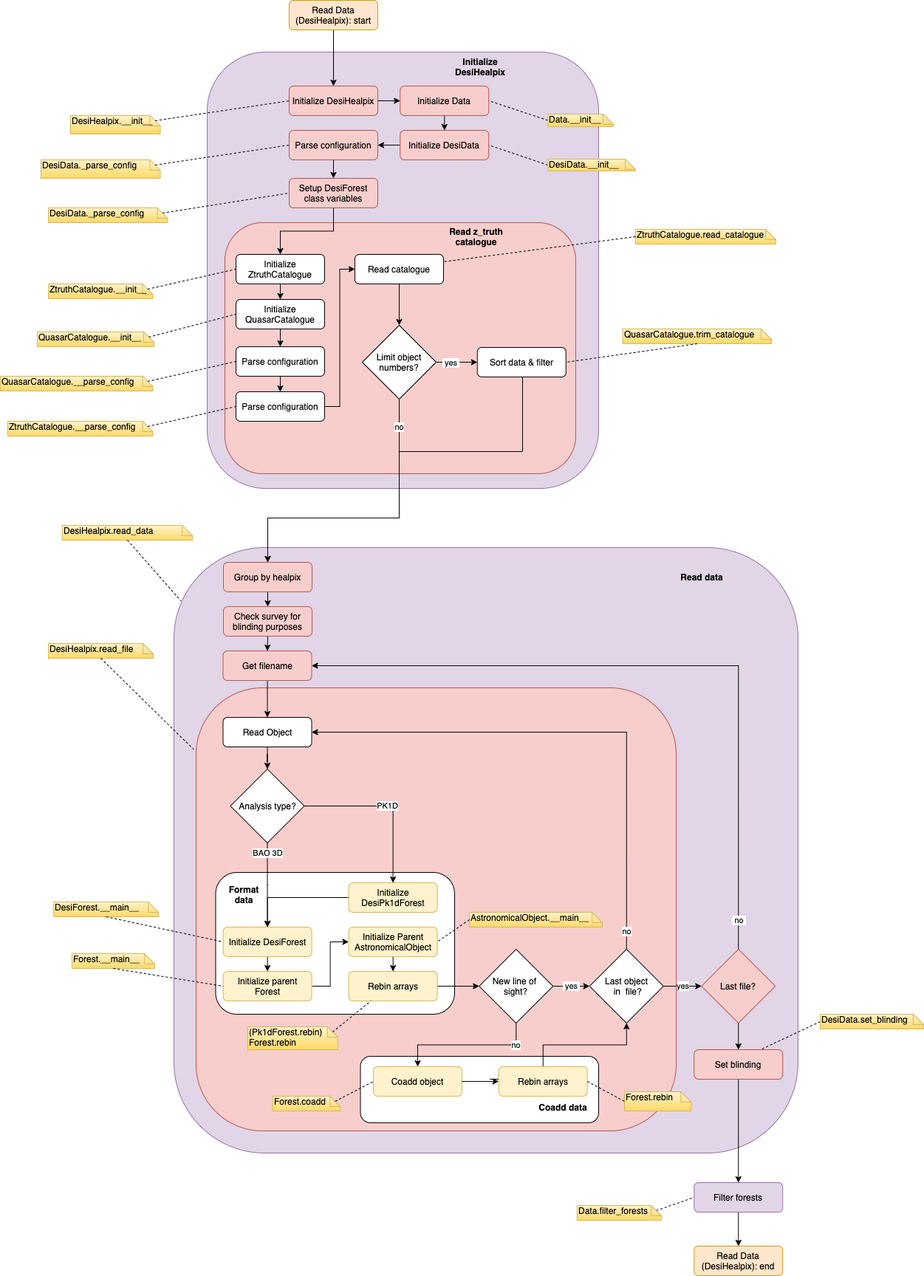
This is py/picca/delta_extraction/docs/workflow/workflow-Read Data (DesiHealpix).png from igmhub/picca, a draw.io export, as it was before one commit. Source tidied: cells renumbered, new cells last; positions are measured from the earlier drawing's top-left corner, leaving out a move shared by most shapes.
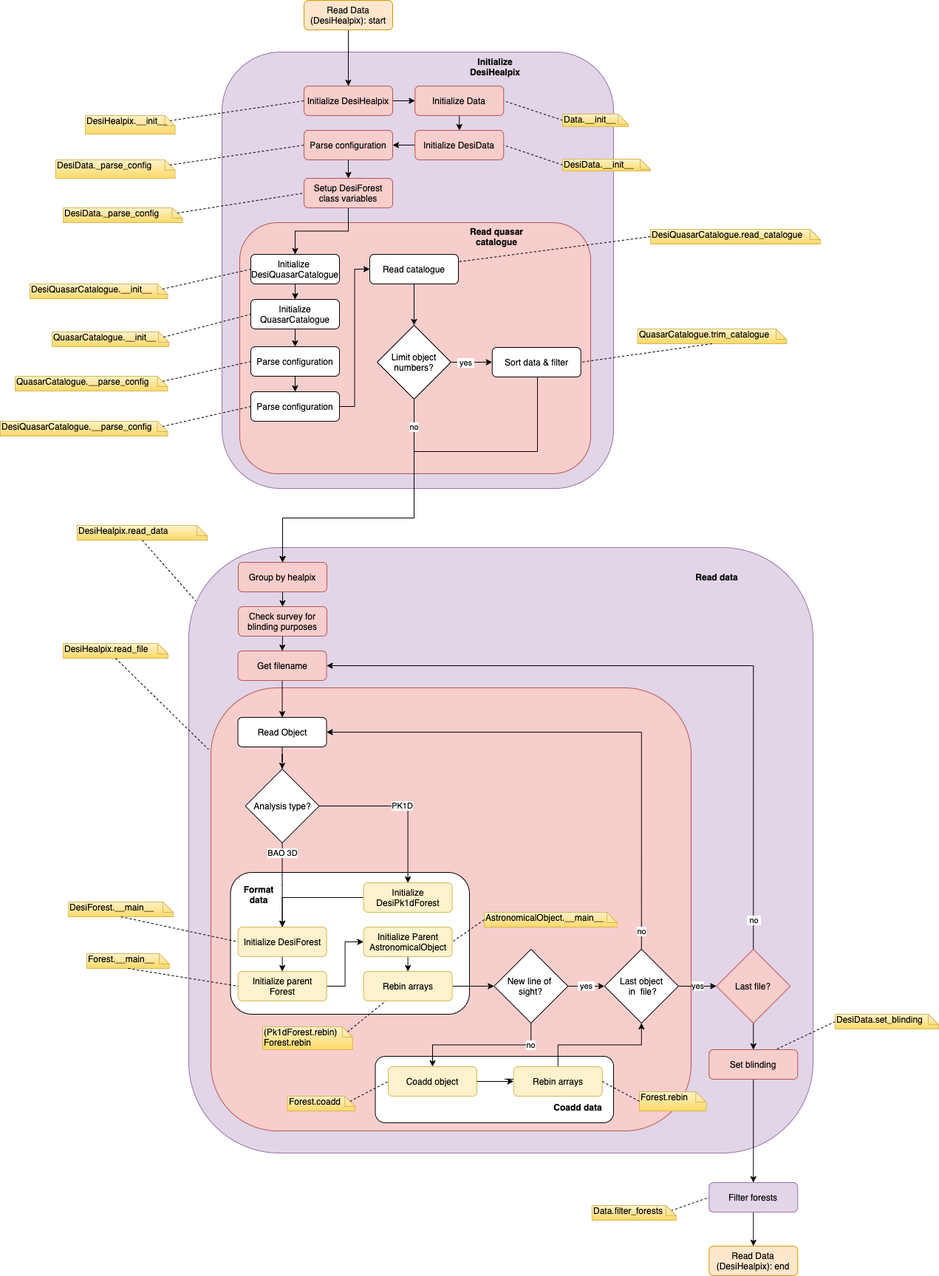
The same diagram one commit later.

Commit message:
ZtruthCatalogue renamed to DesiQuasarCatalogue

What changed in the source:
```diff
@@ -44,10 +44,10 @@
     <mxCell id="15" style="endArrow=none;dashed=1;endFill=0;endSize=12;html=1;exitX=0;exitY=0;exitDx=154.5;exitDy=7;exitPerimeter=0;entryX=0;entryY=0.5;entryDx=0;entryDy=0;" parent="1" edge="1" source="13" target="11">
       <mxGeometry relative="1" as="geometry" />
     </mxCell>
-    <mxCell id="16" value="ZtruthCatalogue.__init__" style="shape=note;whiteSpace=wrap;html=1;size=14;verticalAlign=top;align=left;spacingTop=-6;rounded=0;shadow=0;glass=0;comic=0;strokeColor=#d6b656;fillColor=#fff2cc;gradientColor=#ffd966;" parent="1" vertex="1">
-      <mxGeometry x="65" y="384" width="141.5" height="20" as="geometry" />
+    <mxCell id="16" value="DesiQuasarCatalogue.__init__" style="shape=note;whiteSpace=wrap;html=1;size=14;verticalAlign=top;align=left;spacingTop=-6;rounded=0;shadow=0;glass=0;comic=0;strokeColor=#d6b656;fillColor=#fff2cc;gradientColor=#ffd966;" parent="1" vertex="1">
+      <mxGeometry x="20" y="384" width="186.5" height="20" as="geometry" />
     </mxCell>
-    <mxCell id="17" style="endArrow=none;dashed=1;endFill=0;endSize=12;html=1;exitX=0;exitY=0;exitDx=134.5;exitDy=7;exitPerimeter=0;entryX=0;entryY=0.5;entryDx=0;entryDy=0;" parent="1" edge="1" source="16" target="20">
+    <mxCell id="17" style="endArrow=none;dashed=1;endFill=0;endSize=12;html=1;entryX=0;entryY=0.5;entryDx=0;entryDy=0;exitX=0;exitY=0;exitDx=179.5;exitDy=7;exitPerimeter=0;" parent="1" edge="1" source="16" target="20">
       <mxGeometry relative="1" as="geometry" />
     </mxCell>
     <mxCell id="18" style="edgeStyle=orthogonalEdgeStyle;rounded=0;jettySize=auto;html=1;exitX=0.5;exitY=1;exitDx=0;exitDy=0;entryX=0.5;entryY=0;entryDx=0;entryDy=0;startArrow=none;startFill=0;endArrow=classic;endFill=1;" parent="1" edge="1" source="89" target="23">
@@ -56,7 +56,7 @@
     <mxCell id="19" style="edgeStyle=orthogonalEdgeStyle;rounded=0;jettySize=auto;html=1;exitX=0.5;exitY=1;exitDx=0;exitDy=0;entryX=0.5;entryY=0;entryDx=0;entryDy=0;endArrow=classic;endFill=1;" parent="1" edge="1" source="20" target="89">
       <mxGeometry relative="1" as="geometry" />
     </mxCell>
-    <mxCell id="20" value="Initialize ZtruthCatalogue" style="rounded=1;whiteSpace=wrap;html=1;" parent="1" vertex="1">
+    <mxCell id="20" value="Initialize&amp;nbsp;&lt;br&gt;&lt;span style=&quot;text-align: left&quot;&gt;DesiQuasarCatalogue&lt;/span&gt;" style="rounded=1;whiteSpace=wrap;html=1;" parent="1" vertex="1">
       <mxGeometry x="319" y="344" width="120" height="40" as="geometry" />
     </mxCell>
     <mxCell id="21" style="edgeStyle=orthogonalEdgeStyle;rounded=0;jettySize=auto;html=1;exitX=1;exitY=0.5;exitDx=0;exitDy=0;entryX=0;entryY=0.5;entryDx=0;entryDy=0;startArrow=none;startFill=0;endArrow=classic;endFill=1;" parent="1" edge="1" source="90" target="25">
@@ -105,8 +105,8 @@
     <mxCell id="31" value="Sort data &amp;amp; filter" style="rounded=1;whiteSpace=wrap;html=1;" parent="1" vertex="1">
       <mxGeometry x="645.8" y="470" width="120" height="40" as="geometry" />
     </mxCell>
-    <mxCell id="32" value="&lt;b&gt;Read z_truth catalogue&lt;/b&gt;" style="text;html=1;align=center;verticalAlign=middle;whiteSpace=wrap;rounded=0;" parent="1" vertex="1">
-      <mxGeometry x="602.5" y="310" width="82.5" height="20" as="geometry" />
+    <mxCell id="32" value="&lt;b&gt;Read quasar catalogue&lt;/b&gt;" style="text;html=1;align=center;verticalAlign=middle;whiteSpace=wrap;rounded=0;" parent="1" vertex="1">
+      <mxGeometry x="602.5" y="310" width="97.5" height="20" as="geometry" />
     </mxCell>
     <mxCell id="33" value="QuasarCatalogue.__parse_config" style="shape=note;whiteSpace=wrap;html=1;size=14;verticalAlign=top;align=left;spacingTop=-6;rounded=0;shadow=0;glass=0;comic=0;strokeColor=#d6b656;fillColor=#fff2cc;gradientColor=#ffd966;" parent="1" vertex="1">
       <mxGeometry y="509" width="206.5" height="20" as="geometry" />
@@ -114,8 +114,8 @@
     <mxCell id="34" style="endArrow=none;dashed=1;endFill=0;endSize=12;html=1;entryX=0;entryY=0.5;entryDx=0;entryDy=0;exitX=0;exitY=0;exitDx=199.5;exitDy=7;exitPerimeter=0;" parent="1" edge="1" source="33" target="23">
       <mxGeometry relative="1" as="geometry" />
     </mxCell>
-    <mxCell id="35" value="ZtruthCatalogue.read_catalogue" style="shape=note;whiteSpace=wrap;html=1;size=14;verticalAlign=top;align=left;spacingTop=-6;rounded=0;shadow=0;glass=0;comic=0;strokeColor=#d6b656;fillColor=#fff2cc;gradientColor=#ffd966;" parent="1" vertex="1">
-      <mxGeometry x="860" y="310" width="190" height="20" as="geometry" />
+    <mxCell id="35" value="DesiQuasarCatalogue.read_catalogue" style="shape=note;whiteSpace=wrap;html=1;size=14;verticalAlign=top;align=left;spacingTop=-6;rounded=0;shadow=0;glass=0;comic=0;strokeColor=#d6b656;fillColor=#fff2cc;gradientColor=#ffd966;" parent="1" vertex="1">
+      <mxGeometry x="860" y="310" width="230" height="20" as="geometry" />
     </mxCell>
     <mxCell id="36" style="endArrow=none;dashed=1;endFill=0;endSize=12;html=1;exitX=0;exitY=0.5;exitDx=0;exitDy=0;exitPerimeter=0;entryX=1;entryY=0.25;entryDx=0;entryDy=0;" parent="1" edge="1" source="35" target="25">
       <mxGeometry relative="1" as="geometry" />
@@ -291,10 +291,10 @@
     <mxCell id="90" value="Parse configuration" style="rounded=1;whiteSpace=wrap;html=1;" parent="1" vertex="1">
       <mxGeometry x="319" y="530" width="120" height="40" as="geometry" />
     </mxCell>
-    <mxCell id="91" value="ZtruthCatalogue.__parse_config" style="shape=note;whiteSpace=wrap;html=1;size=14;verticalAlign=top;align=left;spacingTop=-6;rounded=0;shadow=0;glass=0;comic=0;strokeColor=#d6b656;fillColor=#fff2cc;gradientColor=#ffd966;" parent="1" vertex="1">
-      <mxGeometry x="10" y="570" width="196.5" height="20" as="geometry" />
+    <mxCell id="91" value="DesiQuasarCatalogue.__parse_config" style="shape=note;whiteSpace=wrap;html=1;size=14;verticalAlign=top;align=left;spacingTop=-6;rounded=0;shadow=0;glass=0;comic=0;strokeColor=#d6b656;fillColor=#fff2cc;gradientColor=#ffd966;" parent="1" vertex="1">
+      <mxGeometry x="-20" y="570" width="226.5" height="20" as="geometry" />
     </mxCell>
-    <mxCell id="92" style="endArrow=none;dashed=1;endFill=0;endSize=12;html=1;entryX=0;entryY=0.5;entryDx=0;entryDy=0;exitX=0;exitY=0;exitDx=189.5;exitDy=7;exitPerimeter=0;" parent="1" edge="1" source="91" target="90">
+    <mxCell id="92" style="endArrow=none;dashed=1;endFill=0;endSize=12;html=1;entryX=0;entryY=0.5;entryDx=0;entryDy=0;exitX=0;exitY=0;exitDx=219.5;exitDy=7;exitPerimeter=0;" parent="1" edge="1" source="91" target="90">
       <mxGeometry relative="1" as="geometry" />
     </mxCell>
     <mxCell id="93" value="QuasarCatalogue.__init__" style="shape=note;whiteSpace=wrap;html=1;size=14;verticalAlign=top;align=left;spacingTop=-6;rounded=0;shadow=0;glass=0;comic=0;strokeColor=#d6b656;fillColor=#fff2cc;gradientColor=#ffd966;" parent="1" vertex="1">
```
